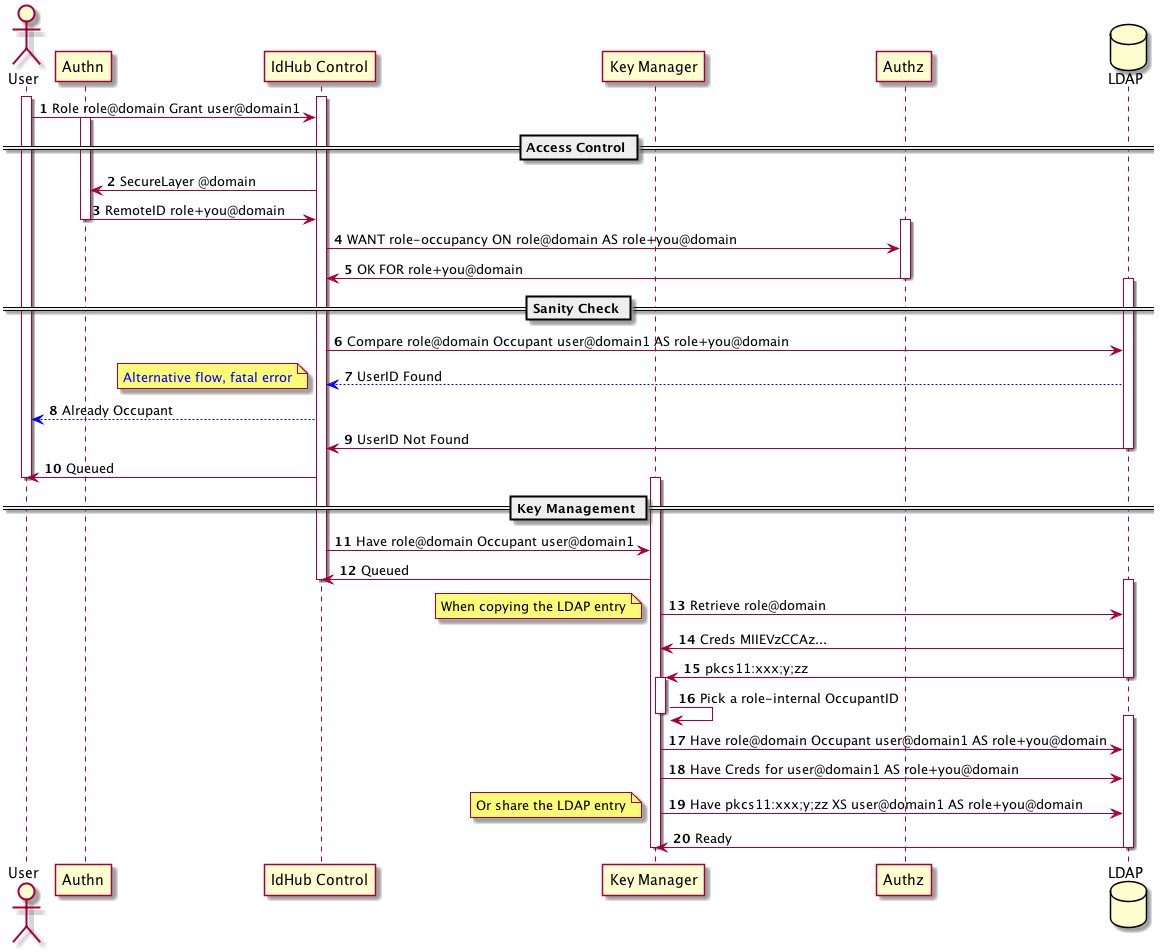
Earlier version of the PlantUML export role-occupant-add.png (arpa2/identityhub-design).
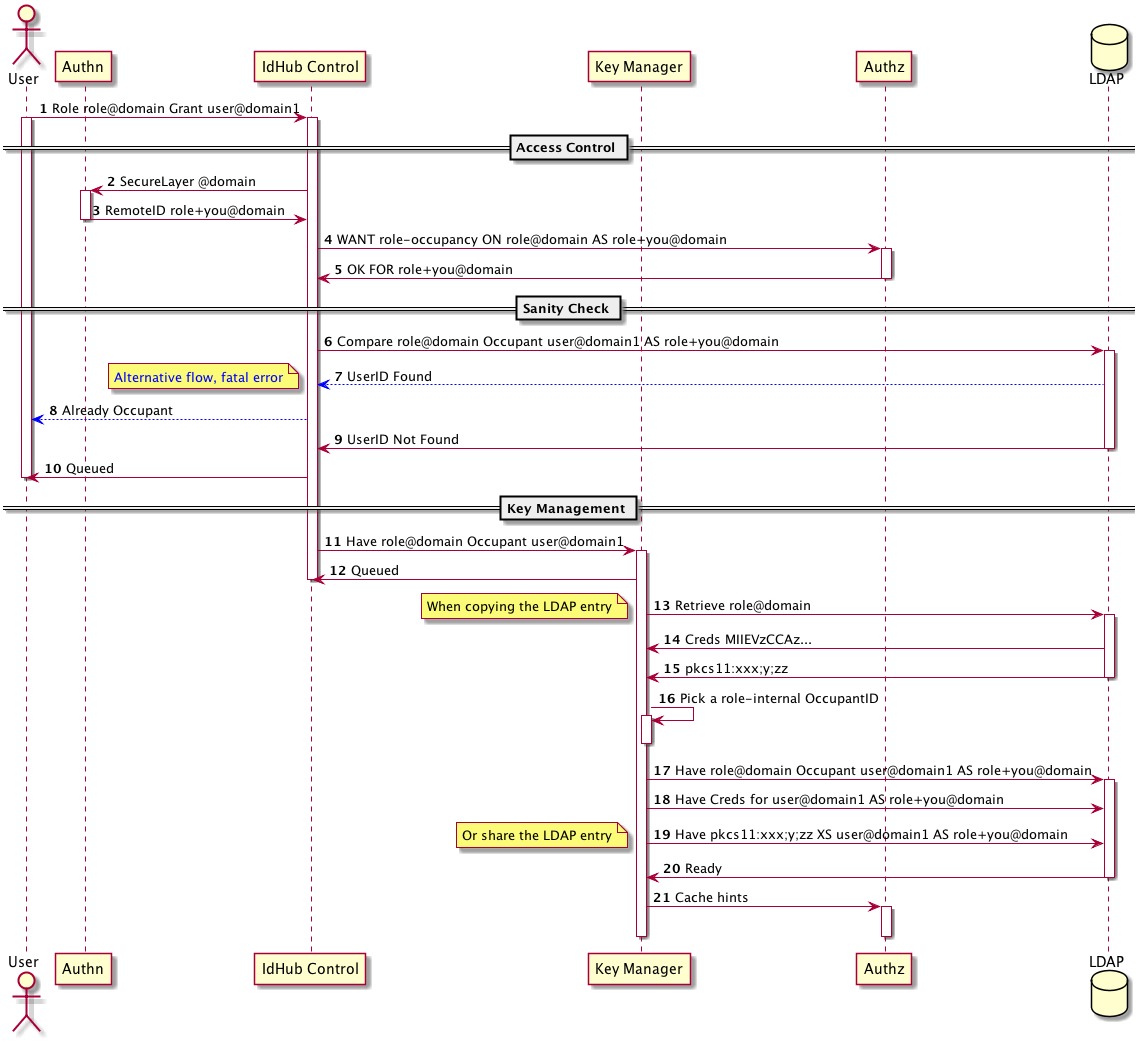
After the change.

Change to the diagram source:
```diff
@@ -9,26 +9,26 @@
 
 autonumber
 
+User -> Control: Role role@domain Grant user@domain1
 activate User
 activate Control
-User -> Control: Role role@domain Grant user@domain1
 
 == Access Control ==
 
+	Control -> Authn: SecureLayer @domain
 	activate Authn
-	Control -> Authn: SecureLayer @domain
 	Authn -> Control: RemoteID role+you@domain
 	deactivate Authn
 
+	Control -> Authz: WANT role-occupancy ON role@domain AS role+you@domain
 	activate Authz
-	Control -> Authz: WANT role-occupancy ON role@domain AS role+you@domain
 	Authz -> Control: OK FOR role+you@domain
 	deactivate Authz
 
 == Sanity Check ==
 
+	Control -> LDAP: Compare role@domain Occupant user@domain1 AS role+you@domain
 	activate LDAP
-	Control -> LDAP: Compare role@domain Occupant user@domain1 AS role+you@domain
 	LDAP -[#blue]-> Control: UserID Found
 note left: <color:blue>Alternative flow, fatal error</color>
 Control -[#blue]-> User: Already Occupant
@@ -40,26 +40,26 @@
 
 == Key Management ==
 
+	Control -> KeyManager: Have role@domain Occupant user@domain1
 	activate KeyManager
-	Control -> KeyManager: Have role@domain Occupant user@domain1
 	KeyManager -> Control: Queued
 deactivate Control
 
 
+	KeyManager -> LDAP: Retrieve role@domain
 	activate LDAP
-	KeyManager -> LDAP: Retrieve role@domain
 	note left: When copying the LDAP entry
 
 	LDAP -> KeyManager: Creds MIIEVzCCAz...
 	LDAP -> KeyManager: pkcs11:xxx;y;zz
 	deactivate LDAP
 
+	KeyManager -> KeyManager: Pick a role-internal OccupantID
 	activate KeyManager
-	KeyManager -> KeyManager: Pick a role-internal OccupantID
 	deactivate KeyManager
 
+	KeyManager -> LDAP: Have role@domain Occupant user@domain1 AS role+you@domain
 	activate LDAP
-	KeyManager -> LDAP: Have role@domain Occupant user@domain1 AS role+you@domain
 	KeyManager -> LDAP: Have Creds for user@domain1 AS role+you@domain
 	KeyManager -> LDAP: Have pkcs11:xxx;y;zz XS user@domain1 AS role+you@domain
 	note left: Or share the LDAP entry
@@ -67,6 +67,10 @@
 	LDAP -> KeyManager: Ready
 	deactivate LDAP
 
+	KeyManager -> Authz: Cache hints
+	activate Authz
+	deactivate Authz
+
 	deactivate KeyManager
 
 @enduml
```
